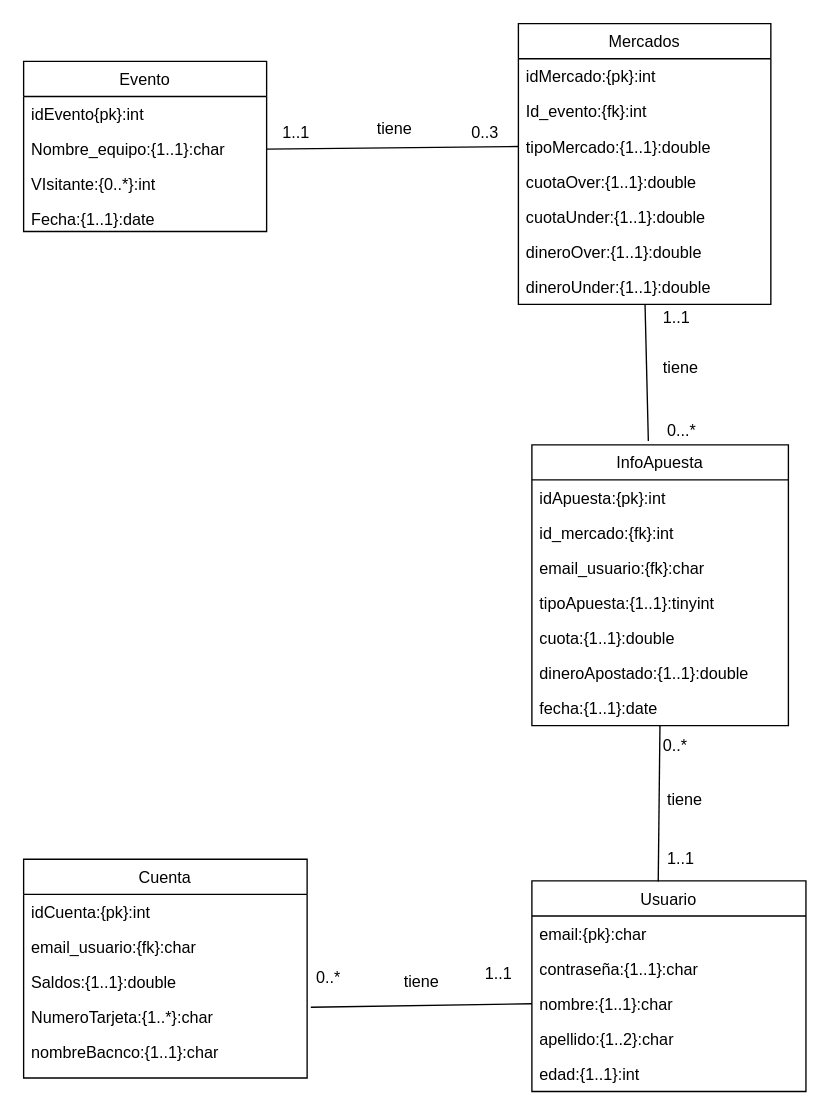
lw37/PlaceMyBet2 keeps this draw.io diagram as Modelos/PlaceMyBet.drawio. Above is the earlier version. Source tidied: cells renumbered, new cells numbered last; positions are measured from the earlier drawing's top-left corner, leaving out a move shared by most shapes. Both pictures are drawn from the tidied source at 135%, with x=0, y=0 at pixel (23, 23).
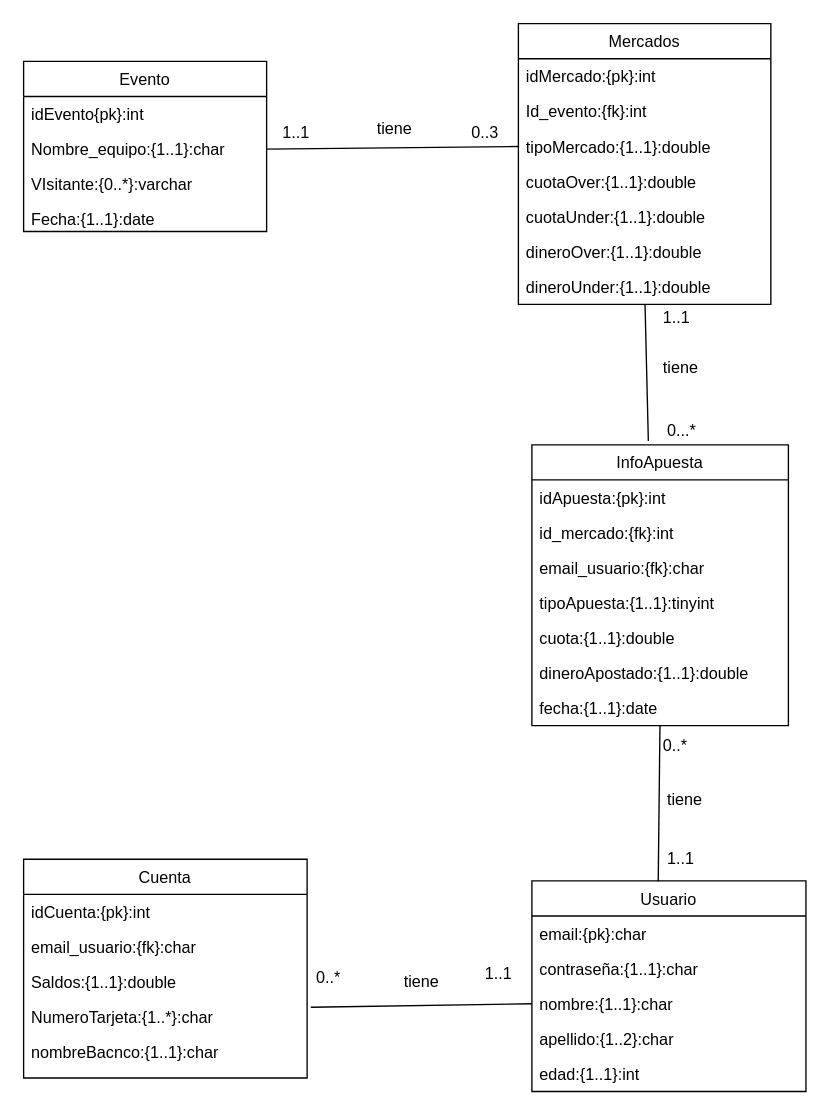
The same page after the edit.

Commit message (it also covers changes not shown here):
He corregido las diagramas

Unchanged cells that the change refers to:
```xml
<mxCell id="2" value="Evento" style="swimlane;fontStyle=0;horizontal=1;startSize=26;fillColor=none;" parent="1" vertex="1">
  <mxGeometry y="28" width="180" height="126" as="geometry" />
</mxCell>
```

Change to the diagram source:
```diff
@@
-    <mxCell id="5" value="VIsitante:{0..*}:int" style="text;strokeColor=none;fillColor=none;align=left;verticalAlign=top;spacingLeft=4;spacingRight=4;overflow=hidden;" parent="2" vertex="1">
+    <mxCell id="5" value="VIsitante:{0..*}:varchar" style="text;strokeColor=none;fillColor=none;align=left;verticalAlign=top;spacingLeft=4;spacingRight=4;overflow=hidden;" parent="2" vertex="1">
       <mxGeometry y="78" width="180" height="26" as="geometry" />
     </mxCell>
```
